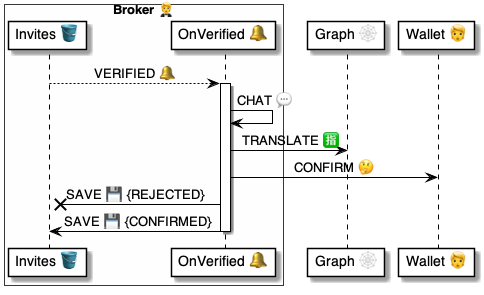
pollyweb-org/pollyweb-docs keeps this PlantUML diagram as 4 ⚙️ Solution/20 🧑‍🦰 UI/Brokers 🤵/🤵🪣 Broker tables/Invites 🤲 table/🪣🧱 3 Verified 🔔/🤵 OnInviteVerified ⚙️ uml.png. Above is the earlier version. Its source is kept beside it as 4 ⚙️ Solution/20 🧑‍🦰 UI/Brokers 🤵/🤵🪣 Broker tables/Invites 🤲 table/🪣🧱 3 Verified 🔔/🤵 OnInviteVerified ⚙️ uml.puml. The source it was exported from:
```plantuml
@startuml OnInviteVerified

box "Broker 🤵" #FFFFFA
    participant "Invites 🪣" as invites
    participant "OnVerified 🔔" as broker
end box
participant "Graph 🕸" as graph
participant "Wallet 🧑" as user


invites --> broker: VERIFIED 🔔

activate broker
    broker -> broker: CHAT 💬
    broker -> graph: TRANSLATE 🈯
    broker -> user: CONFIRM 🤔
    broker -x invites: SAVE 💾 {REJECTED}
    broker -> invites: SAVE 💾 {CONFIRMED}
deactivate broker

@enduml
```
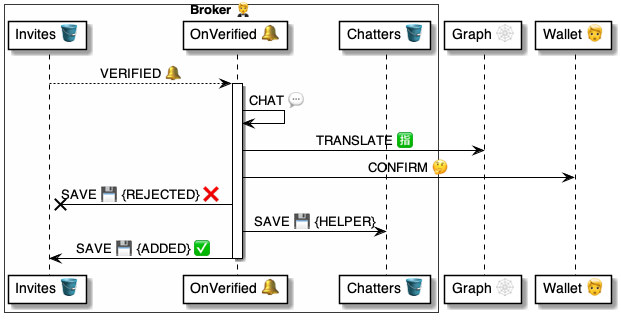
The same diagram one commit later.

Diff of the diagram source:
```diff
@@ -3,6 +3,7 @@
 box "Broker 🤵" #FFFFFA
     participant "Invites 🪣" as invites
     participant "OnVerified 🔔" as broker
+    participant "Chatters 🪣" as chatters
 end box
 participant "Graph 🕸" as graph
 participant "Wallet 🧑" as user
@@ -14,8 +15,9 @@
     broker -> broker: CHAT 💬
     broker -> graph: TRANSLATE 🈯
     broker -> user: CONFIRM 🤔
-    broker -x invites: SAVE 💾 {REJECTED}
-    broker -> invites: SAVE 💾 {CONFIRMED}
+    broker -x invites: SAVE 💾 {REJECTED} ❌
+    broker -> chatters: SAVE 💾 {HELPER}
+    broker -> invites: SAVE 💾 {ADDED} ✅
 deactivate broker
 
 @enduml
```
